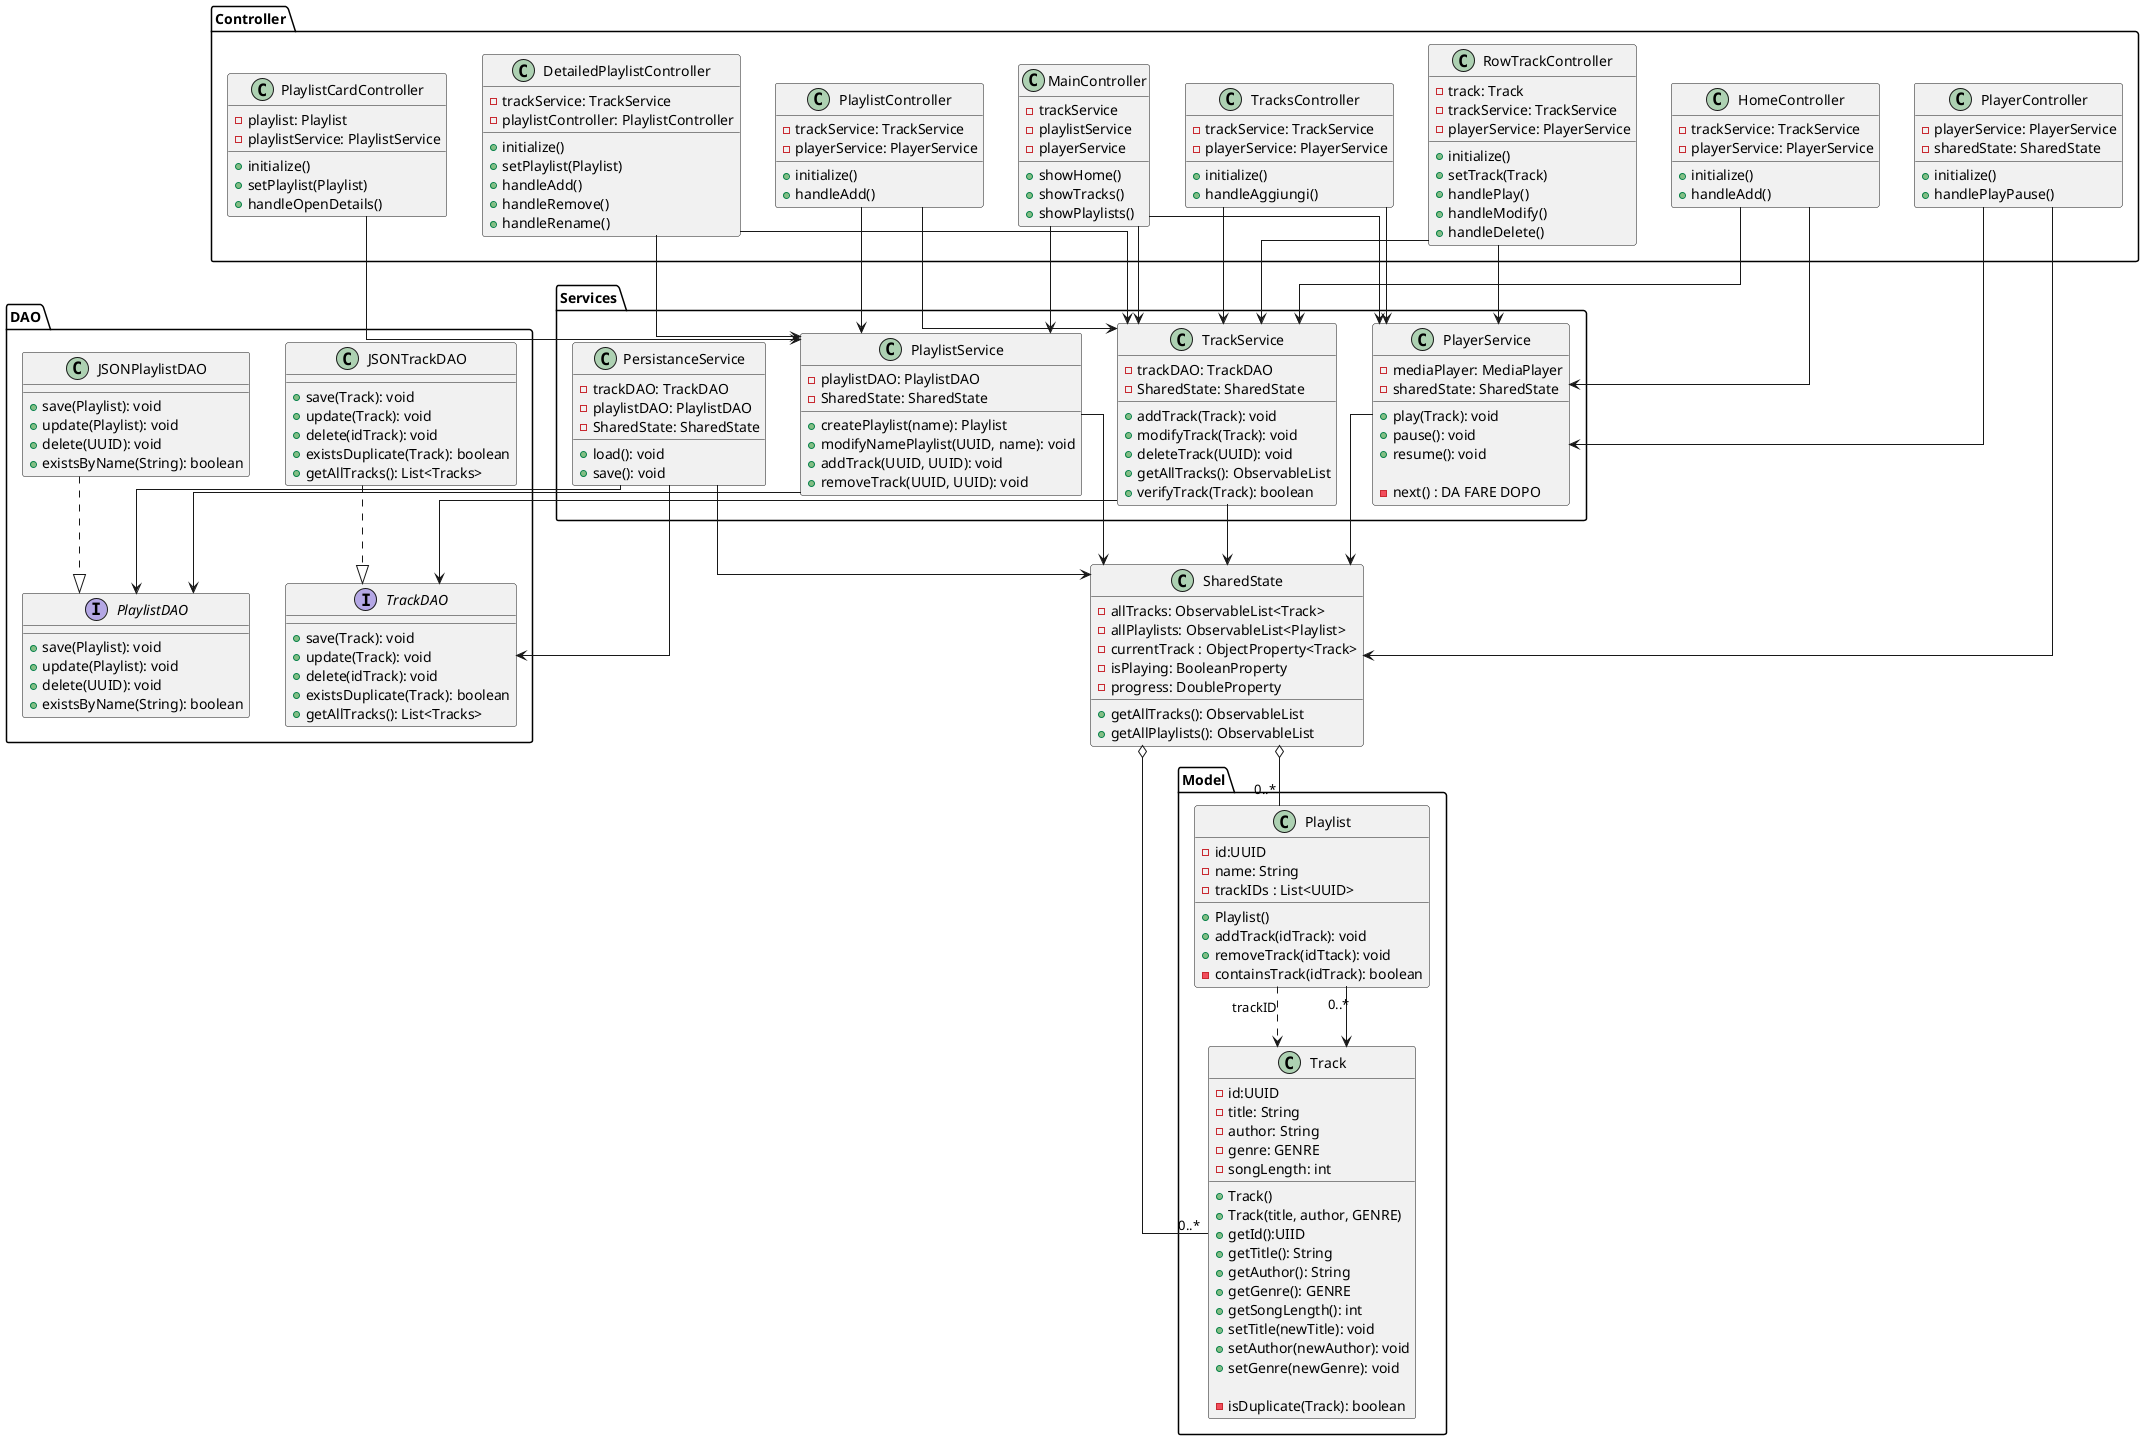
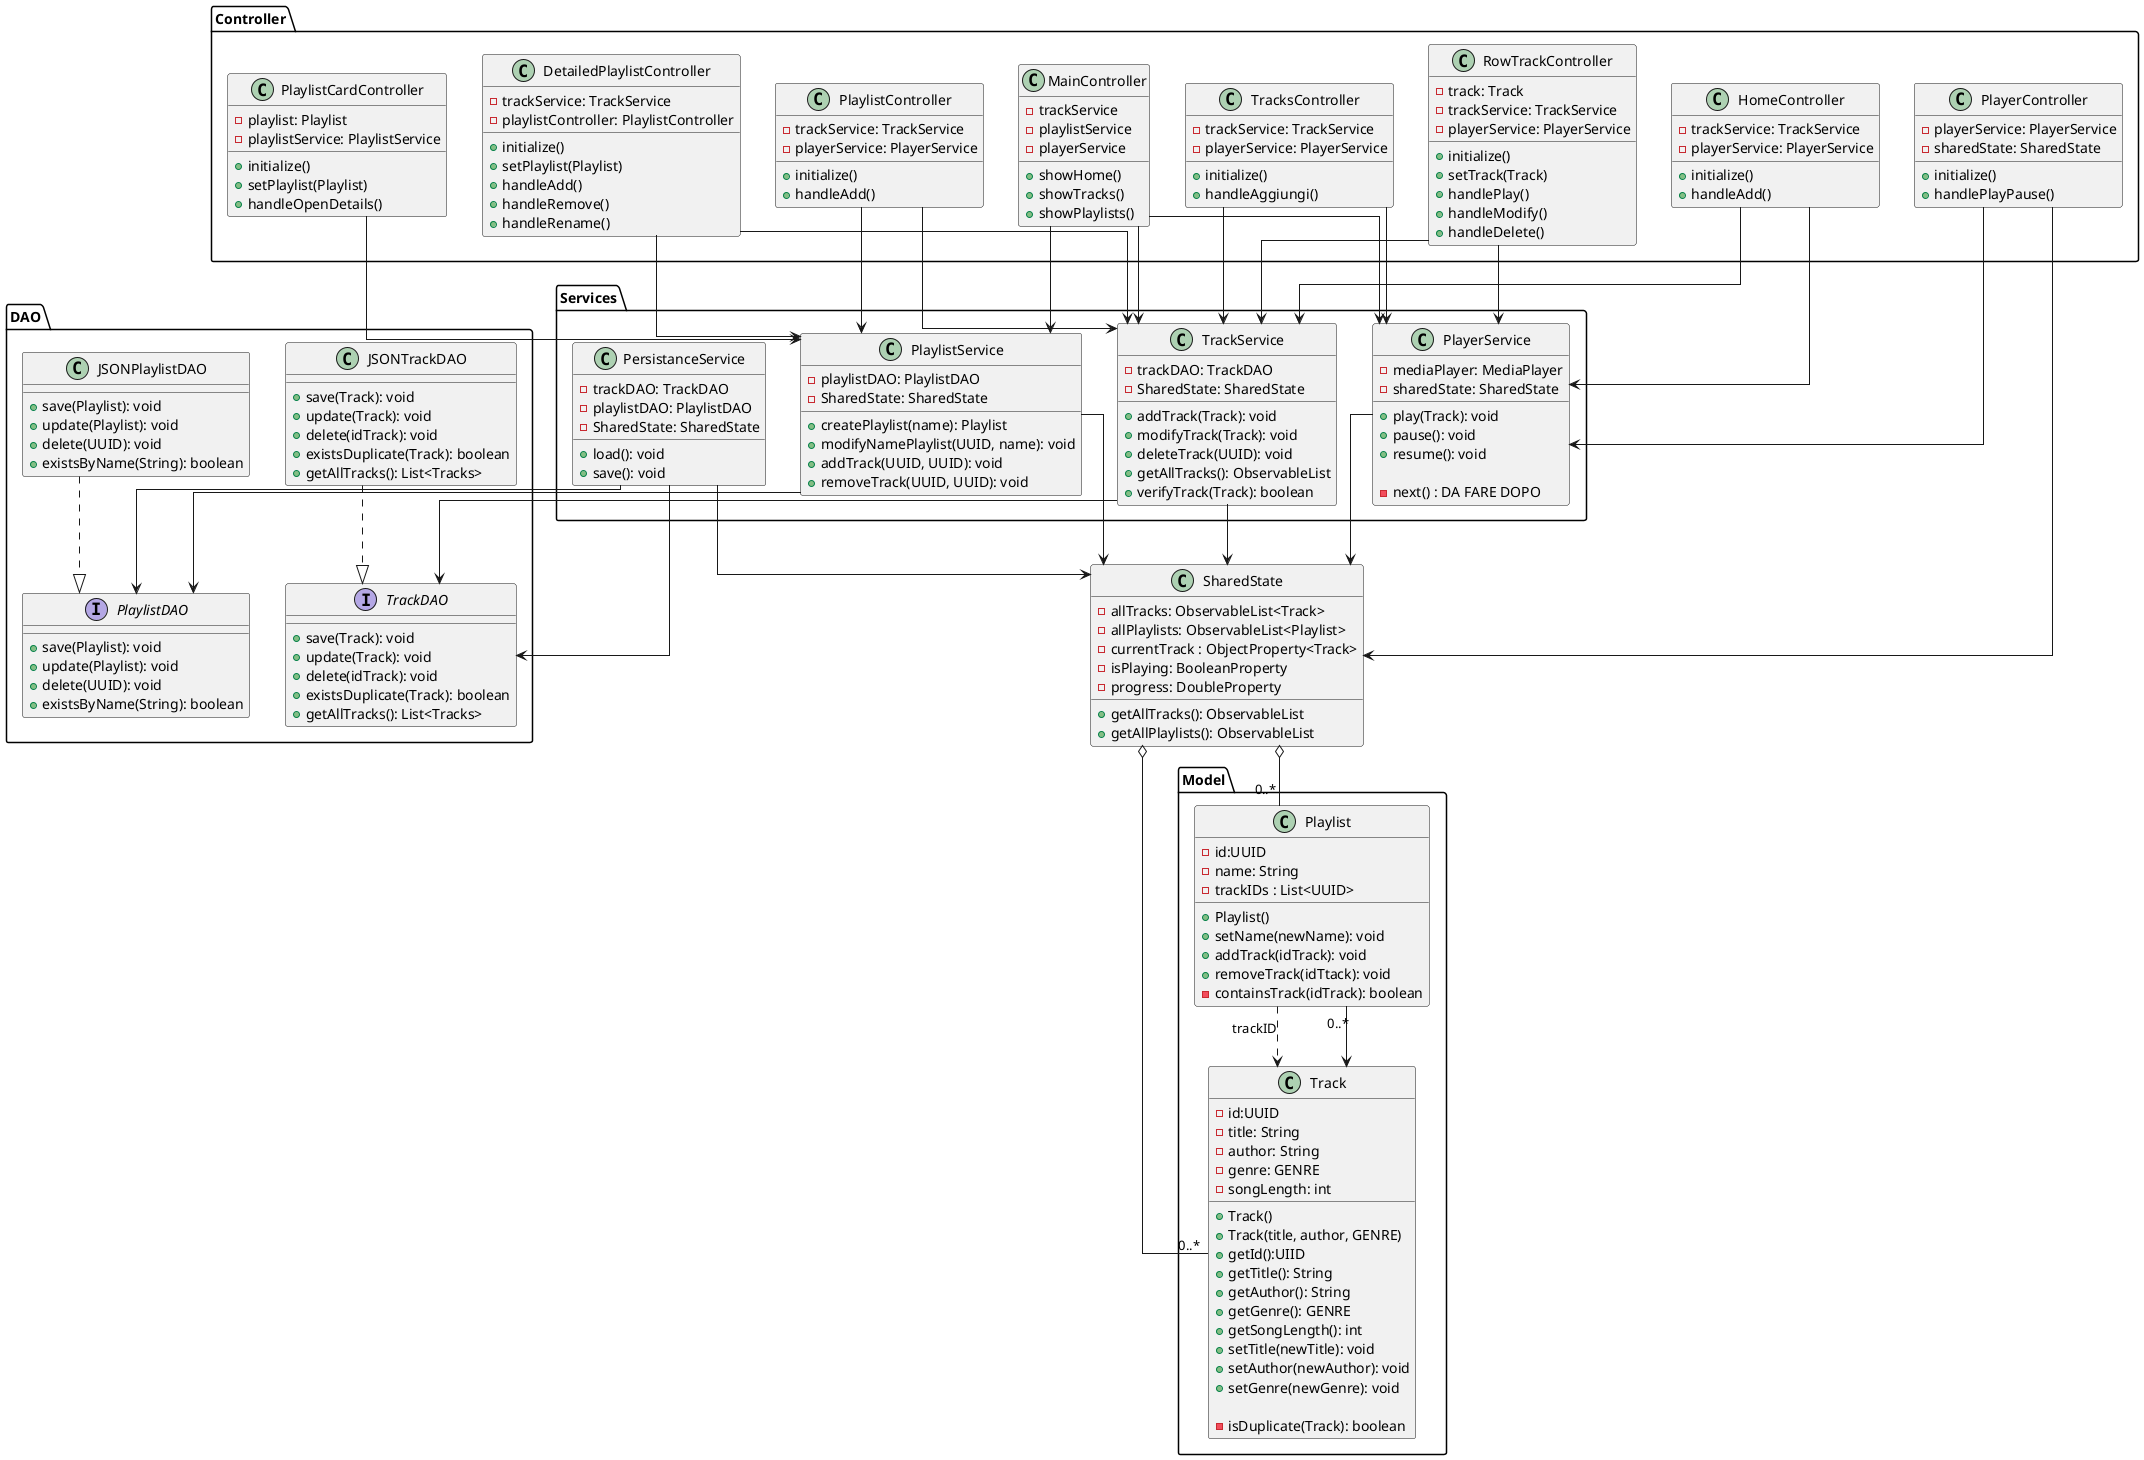
@startuml class Diagram
    top to bottom direction
    skinparam linetype ortho



package "Model" {
    class Track{
    - id:UUID
    - title: String
    - author: String
    - genre: GENRE
    - songLength: int

    + Track()
    + Track(title, author, GENRE)
    + getId():UIID
    + getTitle(): String
    + getAuthor(): String
    + getGenre(): GENRE
    + getSongLength(): int
    + setTitle(newTitle): void
    + setAuthor(newAuthor): void
    + setGenre(newGenre): void

    - isDuplicate(Track): boolean
}

class Playlist{
    - id:UUID
    - name: String
    - trackIDs : List<UUID>

    + Playlist()
+     + setName(newName): void
    + addTrack(idTrack): void
    + removeTrack(idTtack): void
    - containsTrack(idTrack): boolean

}
}

package "DAO" {


interface TrackDAO{
    + save(Track): void
    + update(Track): void
    + delete(idTrack): void
    + existsDuplicate(Track): boolean
    + getAllTracks(): List<Tracks>
}

interface PlaylistDAO{
    + save(Playlist): void
    + update(Playlist): void
    + delete(UUID): void
    + existsByName(String): boolean
}

class JSONTrackDAO{
    + save(Track): void
    + update(Track): void
    + delete(idTrack): void
    + existsDuplicate(Track): boolean
    + getAllTracks(): List<Tracks>
}

class JSONPlaylistDAO{
    + save(Playlist): void
    + update(Playlist): void
    + delete(UUID): void
    + existsByName(String): boolean
}
}

package "Services" {

class PersistanceService{
    - trackDAO: TrackDAO
    - playlistDAO: PlaylistDAO
    - SharedState: SharedState

    + load(): void
    + save(): void

}

class TrackService{
    - trackDAO: TrackDAO
    - SharedState: SharedState

    + addTrack(Track): void
    + modifyTrack(Track): void
    + deleteTrack(UUID): void
    + getAllTracks(): ObservableList
    + verifyTrack(Track): boolean

}

class PlaylistService{
    - playlistDAO: PlaylistDAO
    - SharedState: SharedState

    + createPlaylist(name): Playlist
    + modifyNamePlaylist(UUID, name): void
    + addTrack(UUID, UUID): void
    + removeTrack(UUID, UUID): void

}

class PlayerService{
    - mediaPlayer: MediaPlayer
    - sharedState: SharedState

    + play(Track): void
    + pause(): void
    + resume(): void

    -next() : DA FARE DOPO

}
}

package "Controller" {
    class MainController{
    - trackService
    - playlistService
    - playerService
    + showHome()
    + showTracks()
    + showPlaylists()
}

class HomeController{
    - trackService: TrackService
    - playerService: PlayerService
    + initialize()
    + handleAdd()
}

class PlayerController{
    - playerService: PlayerService
    - sharedState: SharedState
    + initialize()
    + handlePlayPause()
}

class TracksController{
   - trackService: TrackService
   - playerService: PlayerService
   + initialize()
   + handleAggiungi()
}

class PlaylistController{
    - trackService: TrackService
    - playerService: PlayerService
    + initialize()
    + handleAdd()
}

class DetailedPlaylistController{
    - trackService: TrackService
    - playlistController: PlaylistController
    + initialize()
    + setPlaylist(Playlist)
    + handleAdd()
    + handleRemove()
    + handleRename()
}

class RowTrackController{
    - track: Track
    - trackService: TrackService
    - playerService: PlayerService
    + initialize()
    + setTrack(Track)
    + handlePlay()
    + handleModify()
    + handleDelete()
}

class PlaylistCardController{
    - playlist: Playlist
    - playlistService: PlaylistService
    + initialize()
    + setPlaylist(Playlist)
    + handleOpenDetails()
}

}
class SharedState{
    - allTracks: ObservableList<Track>
    - allPlaylists: ObservableList<Playlist>
    - currentTrack : ObjectProperty<Track>
    - isPlaying: BooleanProperty
    - progress: DoubleProperty

    + getAllTracks(): ObservableList
    + getAllPlaylists(): ObservableList
}



JSONTrackDAO ..|> TrackDAO
JSONPlaylistDAO ..|> PlaylistDAO

TrackService --> TrackDAO
PlaylistService --> PlaylistDAO
PersistanceService --> TrackDAO
PersistanceService --> PlaylistDAO

TrackService --> SharedState
PlaylistService --> SharedState
PlayerService --> SharedState
PersistanceService --> SharedState

MainController --> TrackService
MainController --> PlaylistService
MainController --> PlayerService

HomeController --> TrackService
HomeController --> PlayerService

TracksController --> TrackService
TracksController --> PlayerService

PlaylistController --> PlaylistService
PlaylistController --> TrackService

DetailedPlaylistController --> PlaylistService
DetailedPlaylistController --> TrackService

RowTrackController --> TrackService
RowTrackController --> PlayerService

PlaylistCardController --> PlaylistService

PlayerController --> PlayerService
PlayerController --> SharedState

SharedState o-- "0..*" Track
SharedState o-- "0..*" Playlist


Playlist ..> Track : trackID
Playlist "0..*" --> Track



@enduml